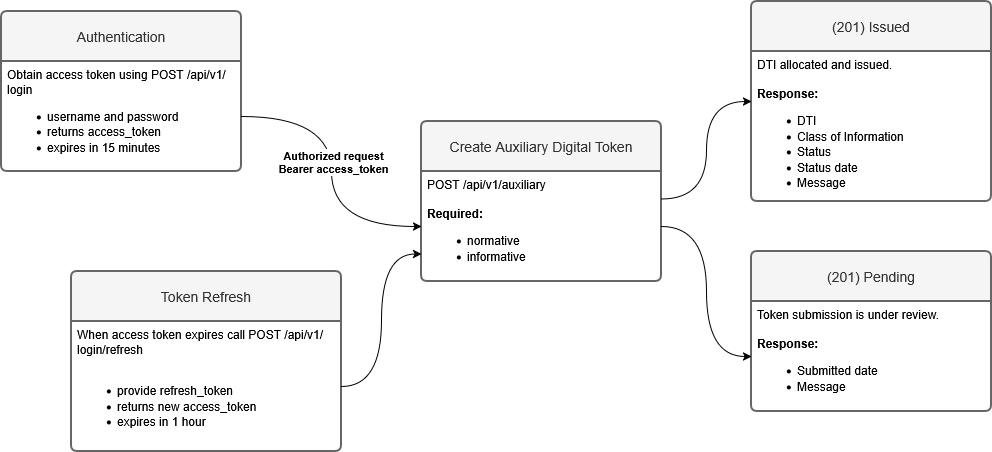
This is DTI Allocation API - Diagram v1.drawio.png from jes-spag/drawing, a draw.io export, as it was before one commit. Source tidied: cells renumbered, new cells last; positions are measured from the earlier drawing's top-left corner, leaving out a move shared by most shapes.
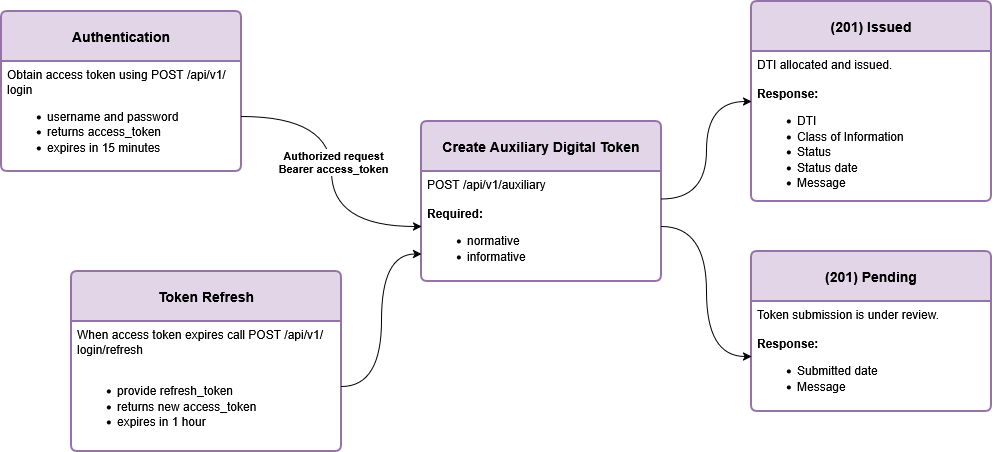
The same diagram one commit later.

Diff of the diagram source:
```diff
@@ -2,31 +2,31 @@
   <root>
     <mxCell id="0" />
     <mxCell id="1" parent="0" />
-    <mxCell id="2" value="Authentication" style="swimlane;horizontal=1;startSize=50;rounded=1;fontSize=14;fontStyle=0;strokeWidth=2;shadow=0;dashed=0;align=center;arcSize=4;whiteSpace=wrap;html=1;fillColor=#f5f5f5;fontColor=#333333;strokeColor=#666666;" parent="1" vertex="1">
+    <mxCell id="2" value="&lt;b&gt;Authentication&lt;/b&gt;" style="swimlane;horizontal=1;startSize=50;rounded=1;fontSize=14;fontStyle=0;strokeWidth=2;shadow=0;dashed=0;align=center;arcSize=4;whiteSpace=wrap;html=1;fillColor=#e1d5e7;strokeColor=#9673a6;" parent="1" vertex="1">
       <mxGeometry y="10" width="240" height="160" as="geometry" />
     </mxCell>
     <mxCell id="3" value="&lt;div&gt;Obtain access token using POST /api/v1/login&lt;/div&gt;&lt;div&gt;&lt;ul&gt;&lt;li&gt;username and password&lt;/li&gt;&lt;li&gt;returns access_token&lt;/li&gt;&lt;li&gt;expires in 15 minutes&lt;/li&gt;&lt;/ul&gt;&lt;/div&gt;" style="align=left;strokeColor=none;fillColor=none;spacingLeft=4;spacingRight=4;fontSize=12;verticalAlign=top;html=1;whiteSpace=wrap;" parent="2" vertex="1">
       <mxGeometry y="50" width="240" height="110" as="geometry" />
     </mxCell>
-    <mxCell id="4" value="Token Refresh" style="swimlane;horizontal=1;startSize=50;rounded=1;fontSize=14;fontStyle=0;strokeWidth=2;shadow=0;dashed=0;align=center;arcSize=4;whiteSpace=wrap;html=1;fillColor=#f5f5f5;fontColor=#333333;strokeColor=#666666;" parent="1" vertex="1">
+    <mxCell id="4" value="&lt;b&gt;Token Refresh&lt;/b&gt;" style="swimlane;horizontal=1;startSize=50;rounded=1;fontSize=14;fontStyle=0;strokeWidth=2;shadow=0;dashed=0;align=center;arcSize=4;whiteSpace=wrap;html=1;fillColor=#e1d5e7;strokeColor=#9673a6;" parent="1" vertex="1">
       <mxGeometry x="70" y="270" width="270" height="180" as="geometry" />
     </mxCell>
     <mxCell id="5" value="&lt;div&gt;When access token expires call POST /api/v1/login/refresh&lt;/div&gt;&lt;div&gt;&lt;br&gt;&lt;/div&gt;&lt;div&gt;&lt;ul&gt;&lt;li&gt;provide refresh_token&lt;/li&gt;&lt;li&gt;returns new access_token&lt;/li&gt;&lt;li&gt;expires in 1 hour&lt;/li&gt;&lt;/ul&gt;&lt;/div&gt;" style="align=left;strokeColor=none;fillColor=none;spacingLeft=4;spacingRight=4;fontSize=12;verticalAlign=top;html=1;whiteSpace=wrap;" parent="4" vertex="1">
       <mxGeometry y="50" width="270" height="130" as="geometry" />
     </mxCell>
-    <mxCell id="6" value="Create Auxiliary Digital Token" style="swimlane;horizontal=1;startSize=50;rounded=1;fontSize=14;fontStyle=0;strokeWidth=2;shadow=0;dashed=0;align=center;arcSize=4;whiteSpace=wrap;html=1;fillColor=#f5f5f5;fontColor=#333333;strokeColor=#666666;" parent="1" vertex="1">
+    <mxCell id="6" value="&lt;b&gt;Create Auxiliary Digital Token&lt;/b&gt;" style="swimlane;horizontal=1;startSize=50;rounded=1;fontSize=14;fontStyle=0;strokeWidth=2;shadow=0;dashed=0;align=center;arcSize=4;whiteSpace=wrap;html=1;fillColor=#e1d5e7;strokeColor=#9673a6;" parent="1" vertex="1">
       <mxGeometry x="420" y="120" width="240" height="160" as="geometry" />
     </mxCell>
     <mxCell id="7" value="&lt;div&gt;POST /api/v1/auxiliary&lt;/div&gt;&lt;div&gt;&lt;br&gt;&lt;/div&gt;&lt;div&gt;&lt;b&gt;Required:&lt;/b&gt;&lt;/div&gt;&lt;div&gt;&lt;ul&gt;&lt;li&gt;normative&lt;/li&gt;&lt;li&gt;informative&lt;/li&gt;&lt;/ul&gt;&lt;/div&gt;" style="align=left;strokeColor=none;fillColor=none;spacingLeft=4;spacingRight=4;fontSize=12;verticalAlign=top;html=1;whiteSpace=wrap;" parent="6" vertex="1">
       <mxGeometry y="50" width="240" height="110" as="geometry" />
     </mxCell>
-    <mxCell id="8" value="(201) Issued" style="swimlane;horizontal=1;startSize=50;rounded=1;fontSize=14;fontStyle=0;strokeWidth=2;shadow=0;dashed=0;align=center;arcSize=4;whiteSpace=wrap;html=1;fillColor=#f5f5f5;fontColor=#333333;strokeColor=#666666;" parent="1" vertex="1">
+    <mxCell id="8" value="&lt;b&gt;(201) Issued&lt;/b&gt;" style="swimlane;horizontal=1;startSize=50;rounded=1;fontSize=14;fontStyle=0;strokeWidth=2;shadow=0;dashed=0;align=center;arcSize=4;whiteSpace=wrap;html=1;fillColor=#e1d5e7;strokeColor=#9673a6;" parent="1" vertex="1">
       <mxGeometry x="750" width="240" height="200" as="geometry" />
     </mxCell>
     <mxCell id="9" value="&lt;div&gt;DTI allocated and issued.&lt;/div&gt;&lt;div&gt;&lt;br&gt;&lt;/div&gt;&lt;div&gt;&lt;b&gt;Response:&lt;/b&gt;&lt;/div&gt;&lt;div&gt;&lt;ul&gt;&lt;li&gt;DTI&lt;/li&gt;&lt;li&gt;Class of Information&lt;/li&gt;&lt;li&gt;Status&lt;/li&gt;&lt;li&gt;Status date&lt;/li&gt;&lt;li&gt;Message&lt;/li&gt;&lt;/ul&gt;&lt;/div&gt;" style="align=left;strokeColor=none;fillColor=none;spacingLeft=4;spacingRight=4;fontSize=12;verticalAlign=top;html=1;whiteSpace=wrap;" parent="8" vertex="1">
       <mxGeometry y="50" width="240" height="150" as="geometry" />
     </mxCell>
-    <mxCell id="10" value="(201) Pending" style="swimlane;horizontal=1;startSize=50;rounded=1;fontSize=14;fontStyle=0;strokeWidth=2;shadow=0;dashed=0;align=center;arcSize=4;whiteSpace=wrap;html=1;fillColor=#f5f5f5;fontColor=#333333;strokeColor=#666666;" parent="1" vertex="1">
+    <mxCell id="10" value="&lt;b&gt;(201) Pending&lt;/b&gt;" style="swimlane;horizontal=1;startSize=50;rounded=1;fontSize=14;fontStyle=0;strokeWidth=2;shadow=0;dashed=0;align=center;arcSize=4;whiteSpace=wrap;html=1;fillColor=#e1d5e7;strokeColor=#9673a6;" parent="1" vertex="1">
       <mxGeometry x="750" y="250" width="240" height="160" as="geometry" />
     </mxCell>
     <mxCell id="11" value="&lt;div&gt;Token submission is under review.&lt;/div&gt;&lt;div&gt;&lt;br&gt;&lt;/div&gt;&lt;div&gt;&lt;b&gt;Response:&lt;/b&gt;&lt;/div&gt;&lt;div&gt;&lt;ul&gt;&lt;li&gt;Submitted date&lt;/li&gt;&lt;li&gt;Message&lt;/li&gt;&lt;/ul&gt;&lt;/div&gt;" style="align=left;strokeColor=none;fillColor=none;spacingLeft=4;spacingRight=4;fontSize=12;verticalAlign=top;html=1;whiteSpace=wrap;" parent="10" vertex="1">
```
